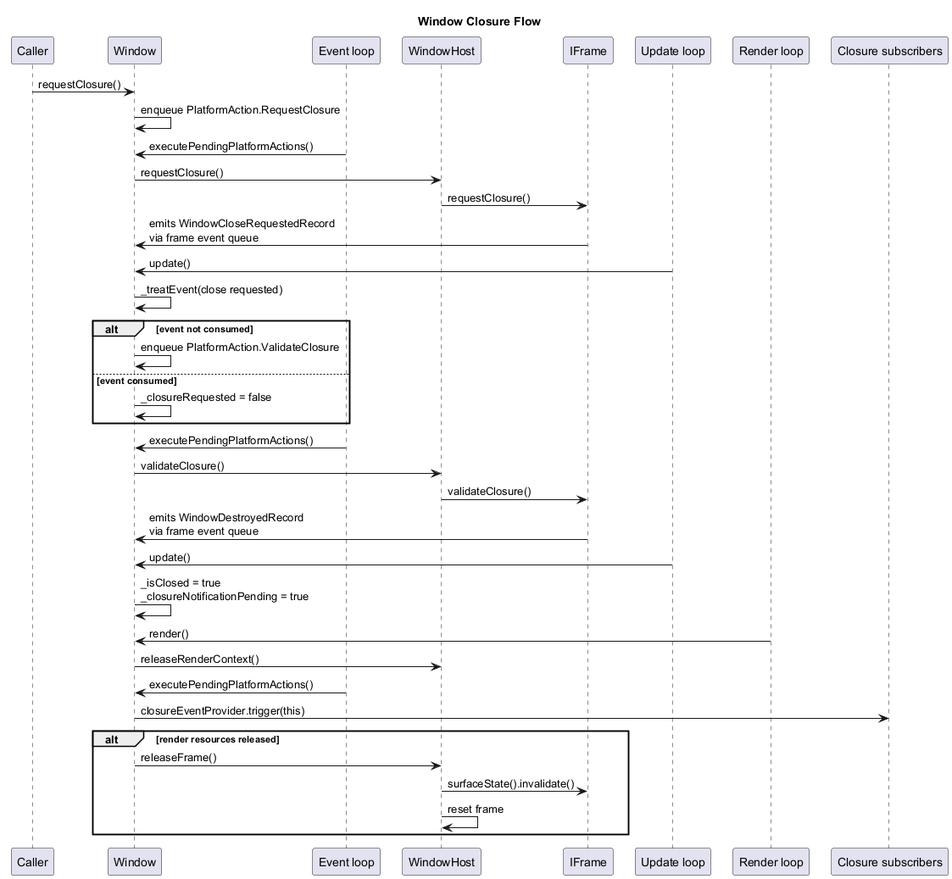
The PlantUML diagram documentation/architecture/diagrams/window-closure-sequence.png in Hyarius/Sparkle, before a commit. The source it was exported from:
```plantuml
@startuml
title Window Closure Flow

skinparam ParticipantPadding 8

participant "Caller" as Caller
participant "Window" as Window
participant "Event loop" as EventLoop
participant "WindowHost" as Host
participant "IFrame" as Frame
participant "Update loop" as UpdateLoop
participant "Render loop" as RenderLoop
participant "Closure subscribers" as Subscribers

Caller -> Window : requestClosure()
Window -> Window : enqueue PlatformAction.RequestClosure

EventLoop -> Window : executePendingPlatformActions()
Window -> Host : requestClosure()
Host -> Frame : requestClosure()

Frame -> Window : emits WindowCloseRequestedRecord\nvia frame event queue
UpdateLoop -> Window : update()
Window -> Window : _treatEvent(close requested)
alt event not consumed
	Window -> Window : enqueue PlatformAction.ValidateClosure
else event consumed
	Window -> Window : _closureRequested = false
end

EventLoop -> Window : executePendingPlatformActions()
Window -> Host : validateClosure()
Host -> Frame : validateClosure()

Frame -> Window : emits WindowDestroyedRecord\nvia frame event queue
UpdateLoop -> Window : update()
Window -> Window : _isClosed = true\n_closureNotificationPending = true

RenderLoop -> Window : render()
Window -> Host : releaseRenderContext()

EventLoop -> Window : executePendingPlatformActions()
Window -> Subscribers : closureEventProvider.trigger(this)
alt render resources released
	Window -> Host : releaseFrame()
	Host -> Frame : surfaceState().invalidate()
	Host -> Host : reset frame
end

@enduml
```
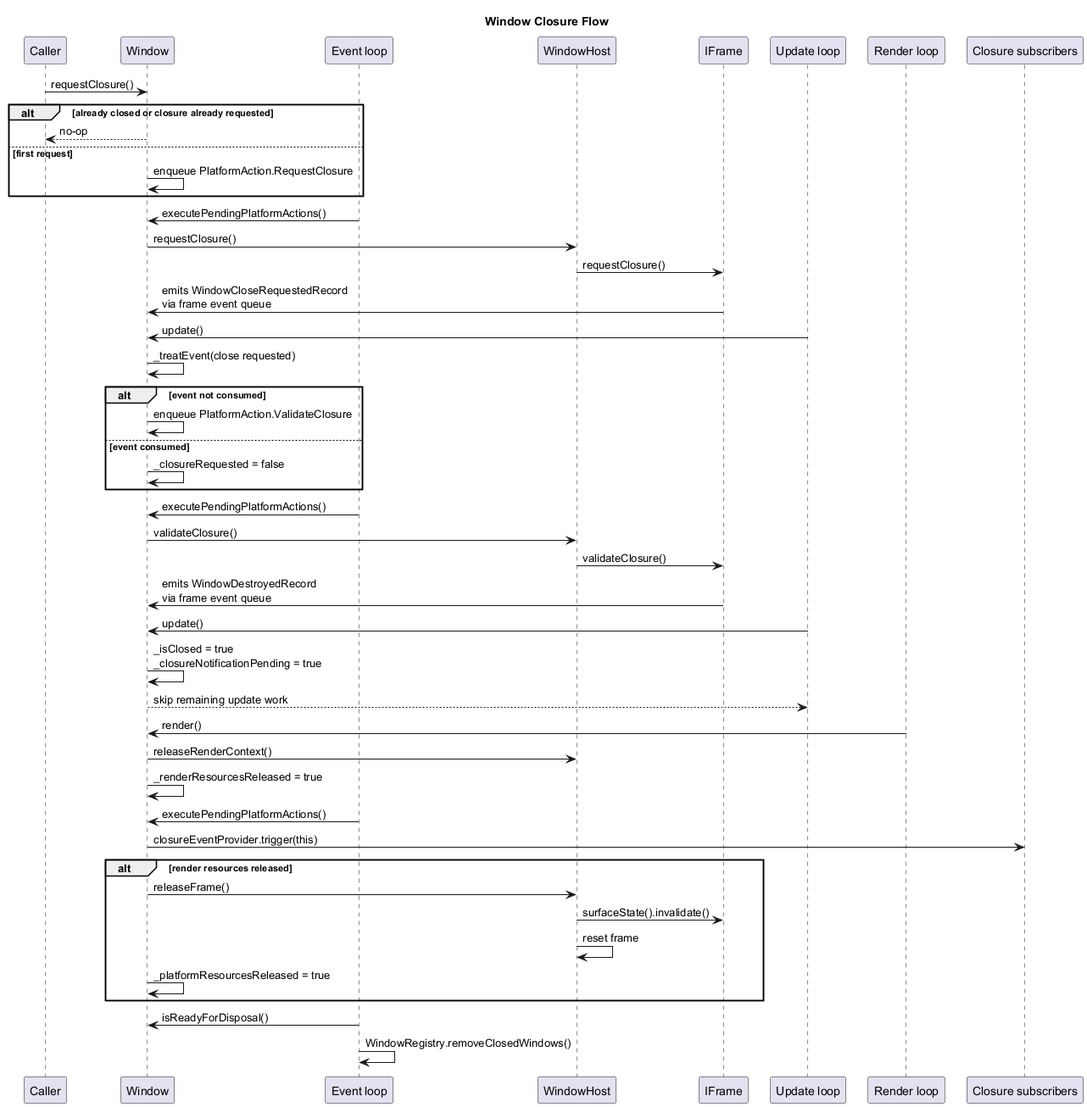
Above is the later version.

Diff of the diagram source:
```diff
@@ -13,7 +13,11 @@
 participant "Closure subscribers" as Subscribers
 
 Caller -> Window : requestClosure()
+alt already closed or closure already requested
+	Window --> Caller : no-op
+else first request
 Window -> Window : enqueue PlatformAction.RequestClosure
+end
 
 EventLoop -> Window : executePendingPlatformActions()
 Window -> Host : requestClosure()
@@ -35,9 +39,11 @@
 Frame -> Window : emits WindowDestroyedRecord\nvia frame event queue
 UpdateLoop -> Window : update()
 Window -> Window : _isClosed = true\n_closureNotificationPending = true
+Window --> UpdateLoop : skip remaining update work
 
 RenderLoop -> Window : render()
 Window -> Host : releaseRenderContext()
+Window -> Window : _renderResourcesReleased = true
 
 EventLoop -> Window : executePendingPlatformActions()
 Window -> Subscribers : closureEventProvider.trigger(this)
@@ -45,6 +51,10 @@
 	Window -> Host : releaseFrame()
 	Host -> Frame : surfaceState().invalidate()
 	Host -> Host : reset frame
+	Window -> Window : _platformResourcesReleased = true
 end
 
+EventLoop -> Window : isReadyForDisposal()
+EventLoop -> EventLoop : WindowRegistry.removeClosedWindows()
+
 @enduml
```
